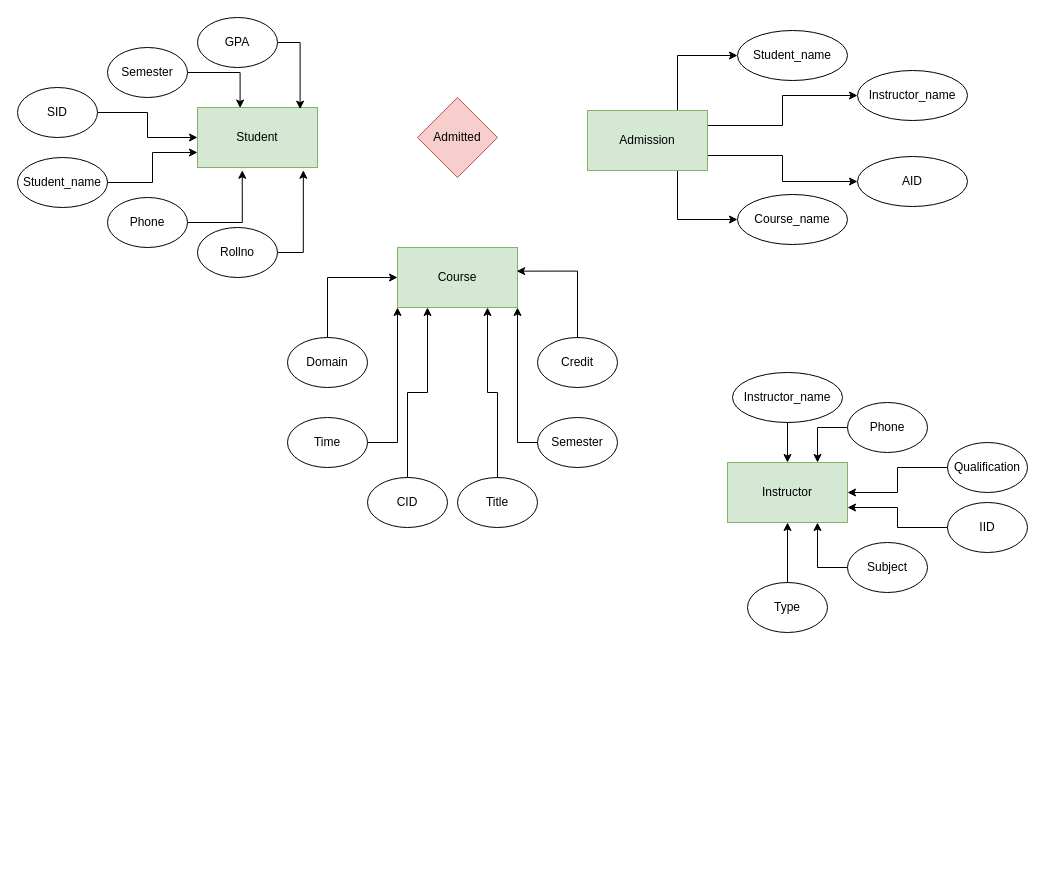
This is database.drawio from sujalthakuri/h, a draw.io file, before an edit. Source tidied: cells renumbered, new cells numbered last; positions are measured from the earlier drawing's top-left corner, leaving out a move shared by most shapes. Both pictures are drawn from the tidied source at 100%, with x=0, y=0 at pixel (17, 17).
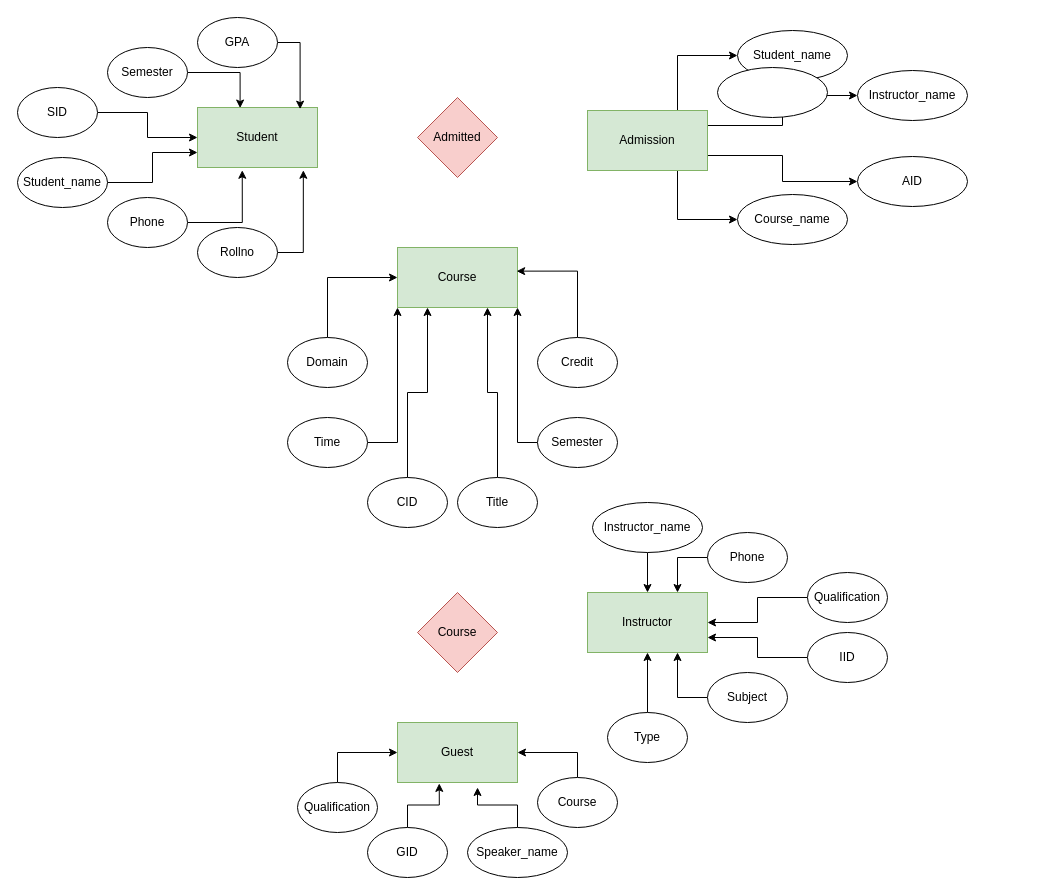
After the change.

Commit message:
Guest Figures and Relations added

The edit, as a diff of the source:
```diff
@@
     <mxCell id="16" value="Instructor" style="rounded=0;whiteSpace=wrap;html=1;fillColor=#d5e8d4;strokeColor=#82b366;" parent="1" vertex="1">
-      <mxGeometry x="710" y="445" width="120" height="60" as="geometry" />
+      <mxGeometry x="570" y="575" width="120" height="60" as="geometry" />
     </mxCell>
@@
     <mxCell id="18" value="Instructor_name" style="ellipse;whiteSpace=wrap;html=1;" parent="1" vertex="1">
-      <mxGeometry x="715" y="355" width="110" height="50" as="geometry" />
+      <mxGeometry x="575" y="485" width="110" height="50" as="geometry" />
     </mxCell>
@@
     <mxCell id="20" value="IID" style="ellipse;whiteSpace=wrap;html=1;" parent="1" vertex="1">
-      <mxGeometry x="930" y="485" width="80" height="50" as="geometry" />
+      <mxGeometry x="790" y="615" width="80" height="50" as="geometry" />
     </mxCell>
@@
     <mxCell id="22" value="Qualification" style="ellipse;whiteSpace=wrap;html=1;" parent="1" vertex="1">
-      <mxGeometry x="930" y="425" width="80" height="50" as="geometry" />
+      <mxGeometry x="790" y="555" width="80" height="50" as="geometry" />
     </mxCell>
@@
     <mxCell id="24" value="Phone" style="ellipse;whiteSpace=wrap;html=1;" parent="1" vertex="1">
-      <mxGeometry x="830" y="385" width="80" height="50" as="geometry" />
+      <mxGeometry x="690" y="515" width="80" height="50" as="geometry" />
     </mxCell>
@@
     <mxCell id="26" value="Subject" style="ellipse;whiteSpace=wrap;html=1;" parent="1" vertex="1">
-      <mxGeometry x="830" y="525" width="80" height="50" as="geometry" />
+      <mxGeometry x="690" y="655" width="80" height="50" as="geometry" />
     </mxCell>
@@
     <mxCell id="28" value="Type" style="ellipse;whiteSpace=wrap;html=1;" parent="1" vertex="1">
-      <mxGeometry x="730" y="565" width="80" height="50" as="geometry" />
+      <mxGeometry x="590" y="695" width="80" height="50" as="geometry" />
     </mxCell>
@@
+    <mxCell id="51" value="Course" style="rhombus;whiteSpace=wrap;html=1;fillColor=#f8cecc;strokeColor=#b85450;" parent="1" vertex="1">
+      <mxGeometry x="400" y="575" width="80" height="80" as="geometry" />
+    </mxCell>
+    <mxCell id="52" value="Guest" style="rounded=0;whiteSpace=wrap;html=1;fillColor=#d5e8d4;strokeColor=#82b366;" parent="1" vertex="1">
+      <mxGeometry x="380" y="705" width="120" height="60" as="geometry" />
+    </mxCell>
+    <mxCell id="53" style="ellipse;whiteSpace=wrap;html=1;" parent="1" vertex="1">
+      <mxGeometry x="700" y="50" width="110" height="50" as="geometry" />
+    </mxCell>
+    <mxCell id="54" style="edgeStyle=orthogonalEdgeStyle;rounded=0;jettySize=auto;html=1;exitX=0.5;exitY=0;exitDx=0;exitDy=0;entryX=0.348;entryY=1.015;entryDx=0;entryDy=0;entryPerimeter=0;" parent="1" edge="1" source="55" target="52">
+      <mxGeometry relative="1" as="geometry" />
+    </mxCell>
+    <mxCell id="55" value="GID" style="ellipse;whiteSpace=wrap;html=1;" parent="1" vertex="1">
+      <mxGeometry x="350" y="810" width="80" height="50" as="geometry" />
+    </mxCell>
+    <mxCell id="56" style="edgeStyle=orthogonalEdgeStyle;rounded=0;jettySize=auto;html=1;exitX=0.5;exitY=0;exitDx=0;exitDy=0;entryX=1;entryY=0.5;entryDx=0;entryDy=0;" parent="1" edge="1" source="57" target="52">
+      <mxGeometry relative="1" as="geometry" />
+    </mxCell>
+    <mxCell id="57" value="Course" style="ellipse;whiteSpace=wrap;html=1;" parent="1" vertex="1">
+      <mxGeometry x="520" y="760" width="80" height="50" as="geometry" />
+    </mxCell>
+    <mxCell id="58" style="edgeStyle=orthogonalEdgeStyle;rounded=0;jettySize=auto;html=1;exitX=0.5;exitY=0;exitDx=0;exitDy=0;entryX=0;entryY=0.5;entryDx=0;entryDy=0;" parent="1" edge="1" source="59" target="52">
+      <mxGeometry relative="1" as="geometry" />
+    </mxCell>
+    <mxCell id="59" value="Qualification" style="ellipse;whiteSpace=wrap;html=1;" parent="1" vertex="1">
+      <mxGeometry x="280" y="765" width="80" height="50" as="geometry" />
+    </mxCell>
+    <mxCell id="60" style="edgeStyle=orthogonalEdgeStyle;rounded=0;jettySize=auto;html=1;exitX=0.5;exitY=0;exitDx=0;exitDy=0;entryX=0.667;entryY=1.083;entryDx=0;entryDy=0;entryPerimeter=0;" parent="1" edge="1" source="61" target="52">
+      <mxGeometry relative="1" as="geometry" />
+    </mxCell>
+    <mxCell id="61" value="Speaker_name" style="ellipse;whiteSpace=wrap;html=1;" parent="1" vertex="1">
+      <mxGeometry x="450" y="810" width="100" height="50" as="geometry" />
+    </mxCell>
```
